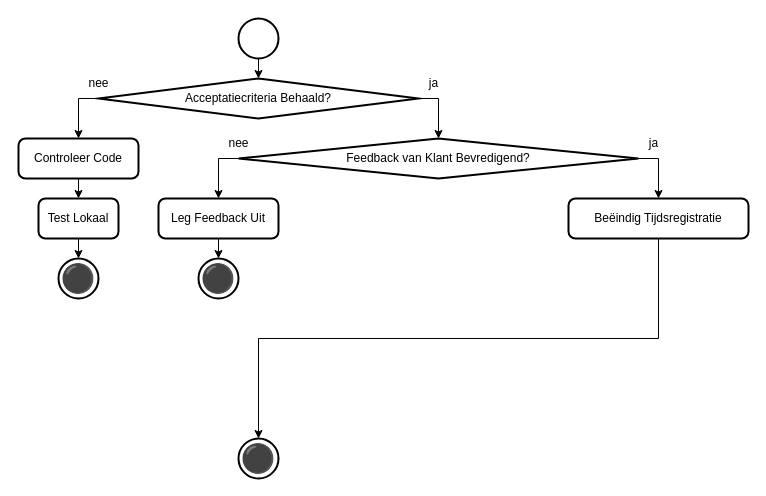
This is 6 Issue Tracker review.drawio from Zaibatsu89/IssueTracker, a draw.io file, before an edit. Source tidied: cells renumbered, new cells numbered last; positions are measured from the earlier drawing's top-left corner, leaving out a move shared by most shapes. Both pictures are drawn from the tidied source at 100%, with x=0, y=0 at pixel (18, 18).
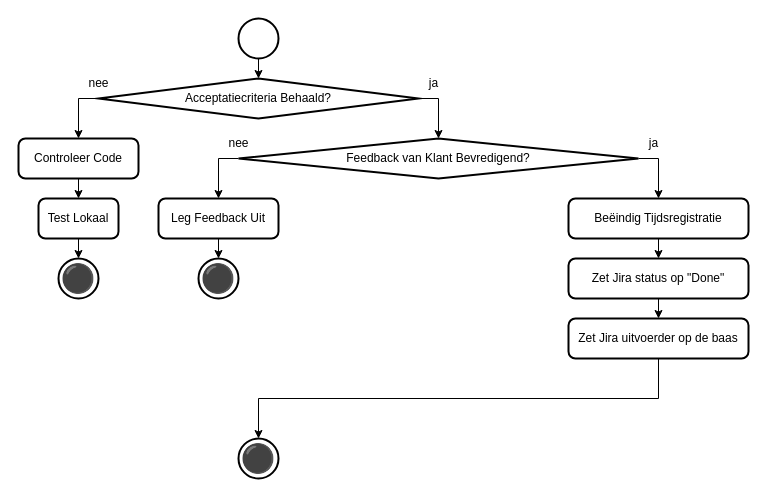
The same page after the edit.

Commit message (it also covers changes not shown here):
blijf in issue status "Testen" en vraag een review aan bij opdrachtgever

Unchanged cells that the change refers to:
```xml
<mxCell id="20" value="Beëindig Tijdsregistratie" style="rounded=1;whiteSpace=wrap;html=1;absoluteArcSize=1;arcSize=14;strokeWidth=2;" parent="1" vertex="1">
  <mxGeometry x="550" y="180" width="180" height="40" as="geometry" />
</mxCell>
<mxCell id="23" value="⚫" style="strokeWidth=2;html=1;shape=mxgraph.flowchart.start_2;whiteSpace=wrap;fontSize=28;" parent="1" vertex="1">
  <mxGeometry x="220" y="420" width="40" height="40" as="geometry" />
</mxCell>
```

Change to the diagram source:
```diff
@@
+    <mxCell id="25" style="edgeStyle=orthogonalEdgeStyle;rounded=0;jettySize=auto;html=1;exitX=0.5;exitY=1;exitDx=0;exitDy=0;entryX=0.5;entryY=0;entryDx=0;entryDy=0;" parent="1" edge="1" source="20" target="27">
+      <mxGeometry relative="1" as="geometry" />
+    </mxCell>
@@
-    <mxCell id="24" style="edgeStyle=orthogonalEdgeStyle;rounded=0;jettySize=auto;html=1;exitX=0.5;exitY=1;exitDx=0;exitDy=0;entryX=0.5;entryY=0;entryDx=0;entryDy=0;entryPerimeter=0;" parent="1" edge="1" source="20" target="23">
-      <mxGeometry relative="1" as="geometry" />
-    </mxCell>
+    <mxCell id="26" style="edgeStyle=orthogonalEdgeStyle;rounded=0;jettySize=auto;html=1;exitX=0.5;exitY=1;exitDx=0;exitDy=0;entryX=0.5;entryY=0;entryDx=0;entryDy=0;" parent="1" edge="1" source="27" target="28">
+      <mxGeometry relative="1" as="geometry" />
+    </mxCell>
+    <mxCell id="27" value="Zet Jira status op &quot;Done&quot;" style="rounded=1;whiteSpace=wrap;html=1;absoluteArcSize=1;arcSize=14;strokeWidth=2;" parent="1" vertex="1">
+      <mxGeometry x="550" y="240" width="180" height="40" as="geometry" />
+    </mxCell>
+    <mxCell id="28" value="Zet Jira uitvoerder op de baas" style="rounded=1;whiteSpace=wrap;html=1;absoluteArcSize=1;arcSize=14;strokeWidth=2;" parent="1" vertex="1">
+      <mxGeometry x="550" y="300" width="180" height="40" as="geometry" />
+    </mxCell>
+    <mxCell id="29" style="edgeStyle=orthogonalEdgeStyle;rounded=0;jettySize=auto;html=1;exitX=0.5;exitY=1;exitDx=0;exitDy=0;entryX=0.5;entryY=0;entryDx=0;entryDy=0;entryPerimeter=0;" parent="1" edge="1" source="28" target="23">
+      <mxGeometry relative="1" as="geometry" />
+    </mxCell>
```
